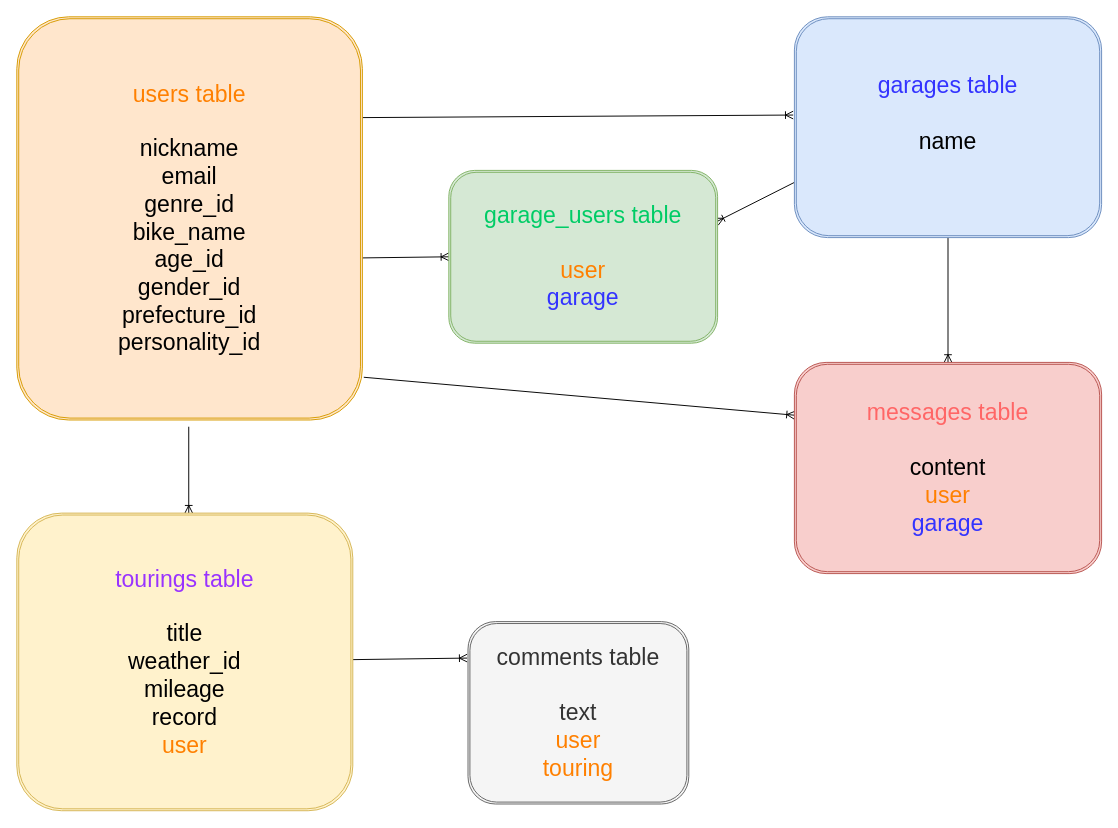
Tomoka17/Ride-with-Me2 keeps this draw.io diagram as page "ページ1" (1 of 2) of er.ride-with-me.dio. Above is the earlier version. Source tidied: cells renumbered, new cells numbered last; positions are measured from the earlier drawing's top-left corner, leaving out a move shared by most shapes. Both pictures are drawn from the tidied source at 96%, with x=0, y=0 at pixel (16, 16).
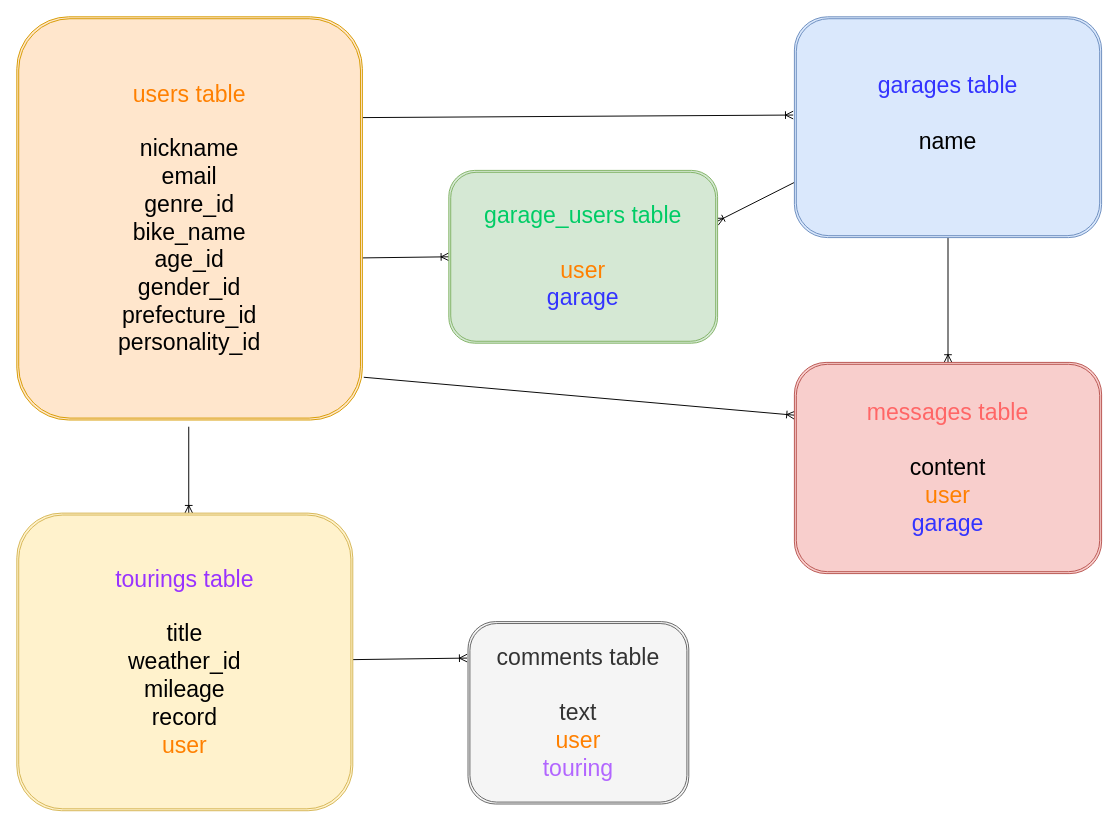
The same page after the edit.

What changed in the source:
```diff
@@
 <mxGraphModel>
   <root>
     <mxCell id="0" />
     <mxCell id="1" parent="0" />
     <mxCell id="2" style="edgeStyle=none;html=1;exitX=0.999;exitY=0.598;exitDx=0;exitDy=0;entryX=0;entryY=0.5;entryDx=0;entryDy=0;fontSize=24;endArrow=ERoneToMany;endFill=0;exitPerimeter=0;" parent="1" edge="1" source="6" target="10">
       <mxGeometry relative="1" as="geometry" />
     </mxCell>
     <mxCell id="3" style="edgeStyle=none;html=1;exitX=1;exitY=0.25;exitDx=0;exitDy=0;entryX=-0.004;entryY=0.445;entryDx=0;entryDy=0;entryPerimeter=0;fontSize=24;fontColor=#FF6666;endArrow=ERoneToMany;endFill=0;" parent="1" edge="1" source="6" target="9">
       <mxGeometry relative="1" as="geometry" />
     </mxCell>
     <mxCell id="4" style="edgeStyle=none;html=1;entryX=0;entryY=0.25;entryDx=0;entryDy=0;fontSize=24;fontColor=#FF6666;endArrow=ERoneToMany;endFill=0;exitX=1.004;exitY=0.894;exitDx=0;exitDy=0;exitPerimeter=0;" parent="1" edge="1" source="6" target="11">
       <mxGeometry relative="1" as="geometry" />
     </mxCell>
     <mxCell id="5" style="edgeStyle=none;html=1;fontSize=24;fontColor=#FF8000;endArrow=ERoneToMany;endFill=0;" parent="1" edge="1">
       <mxGeometry relative="1" as="geometry">
         <mxPoint x="179.1" y="427" as="sourcePoint" />
         <mxPoint x="179.1" y="517" as="targetPoint" />
       </mxGeometry>
     </mxCell>
     <mxCell id="6" value="&lt;font color=&quot;#ff8000&quot;&gt;users table&lt;br&gt;&lt;/font&gt;&lt;br&gt;nickname&lt;br&gt;email&lt;br&gt;genre_id&lt;br&gt;bike_name&lt;br&gt;age_id&lt;br&gt;gender_id&lt;br&gt;prefecture_id&lt;br&gt;personality_id" style="shape=ext;double=1;rounded=1;whiteSpace=wrap;html=1;fontSize=24;strokeColor=#d79b00;fillColor=#ffe6cc;" parent="1" vertex="1">
       <mxGeometry width="360" height="420" as="geometry" />
     </mxCell>
     <mxCell id="7" style="edgeStyle=none;html=1;exitX=0;exitY=0.75;exitDx=0;exitDy=0;entryX=0.996;entryY=0.297;entryDx=0;entryDy=0;entryPerimeter=0;fontSize=24;fontColor=#FF6666;endArrow=ERoneToMany;endFill=0;" parent="1" edge="1" source="9" target="10">
       <mxGeometry relative="1" as="geometry" />
     </mxCell>
     <mxCell id="8" style="edgeStyle=none;html=1;fontSize=24;fontColor=#FF6666;endArrow=ERoneToMany;endFill=0;entryX=0.5;entryY=0;entryDx=0;entryDy=0;" parent="1" edge="1" source="9" target="11">
       <mxGeometry relative="1" as="geometry" />
     </mxCell>
     <mxCell id="9" value="&lt;font style=&quot;font-size: 24px&quot;&gt;&lt;font color=&quot;#3333ff&quot;&gt;garages table&lt;/font&gt;&lt;br&gt;&lt;br&gt;name&lt;br&gt;&lt;br&gt;&lt;/font&gt;" style="shape=ext;double=1;rounded=1;whiteSpace=wrap;html=1;fontSize=18;fillColor=#dae8fc;strokeColor=#6c8ebf;" parent="1" vertex="1">
       <mxGeometry x="810" width="320" height="230" as="geometry" />
     </mxCell>
     <mxCell id="10" value="&lt;font color=&quot;#00cc66&quot;&gt;garage_users table&lt;/font&gt;&lt;br&gt;&lt;br&gt;&lt;font color=&quot;#ff8000&quot;&gt;user&lt;/font&gt;&lt;br&gt;&lt;font color=&quot;#3333ff&quot;&gt;garage&lt;/font&gt;" style="shape=ext;double=1;rounded=1;whiteSpace=wrap;html=1;fontSize=24;fillColor=#d5e8d4;strokeColor=#82b366;" parent="1" vertex="1">
       <mxGeometry x="450" y="160" width="280" height="180" as="geometry" />
     </mxCell>
     <mxCell id="11" value="&lt;font color=&quot;#ff6666&quot;&gt;messages table&lt;/font&gt;&lt;br&gt;&amp;nbsp;&lt;br&gt;content&lt;br&gt;&lt;font color=&quot;#ff8000&quot;&gt;user&lt;/font&gt;&lt;br&gt;&lt;font color=&quot;#3333ff&quot;&gt;garage&lt;/font&gt;" style="shape=ext;double=1;rounded=1;whiteSpace=wrap;html=1;fontSize=24;glass=0;shadow=0;fillColor=#f8cecc;strokeColor=#b85450;" parent="1" vertex="1">
       <mxGeometry x="810" y="360" width="320" height="220" as="geometry" />
     </mxCell>
     <mxCell id="12" style="edgeStyle=none;html=1;entryX=-0.004;entryY=0.2;entryDx=0;entryDy=0;entryPerimeter=0;fontSize=24;fontColor=#FF8000;endArrow=ERoneToMany;endFill=0;" parent="1" edge="1" source="13" target="14">
       <mxGeometry relative="1" as="geometry" />
     </mxCell>
     <mxCell id="13" value="&lt;font color=&quot;#9933ff&quot;&gt;tourings table&lt;br&gt;&lt;/font&gt;&lt;br&gt;title&lt;br&gt;weather_id&lt;br&gt;mileage&lt;br&gt;record&lt;br&gt;&lt;font color=&quot;#ff8000&quot;&gt;user&lt;/font&gt;" style="shape=ext;double=1;rounded=1;whiteSpace=wrap;html=1;shadow=0;glass=0;fontSize=24;strokeColor=#d6b656;fillColor=#fff2cc;" parent="1" vertex="1">
       <mxGeometry y="517" width="350" height="310" as="geometry" />
     </mxCell>
-    <mxCell id="14" value="comments table&lt;br&gt;&lt;br&gt;text&lt;br&gt;&lt;font color=&quot;#ff8000&quot;&gt;user&lt;br&gt;touring&lt;br&gt;&lt;/font&gt;" style="shape=ext;double=1;rounded=1;whiteSpace=wrap;html=1;shadow=0;glass=0;fontSize=24;strokeColor=#666666;fillColor=#f5f5f5;fontColor=#333333;" parent="1" vertex="1">
+    <mxCell id="14" value="comments table&lt;br&gt;&lt;br&gt;text&lt;br&gt;&lt;font color=&quot;#ff8000&quot;&gt;user&lt;/font&gt;&lt;br&gt;&lt;font color=&quot;#b266ff&quot;&gt;touring&lt;/font&gt;" style="shape=ext;double=1;rounded=1;whiteSpace=wrap;html=1;shadow=0;glass=0;fontSize=24;strokeColor=#666666;fillColor=#f5f5f5;fontColor=#333333;" parent="1" vertex="1">
       <mxGeometry x="470" y="630" width="230" height="190" as="geometry" />
     </mxCell>
   </root>
 </mxGraphModel>
```
